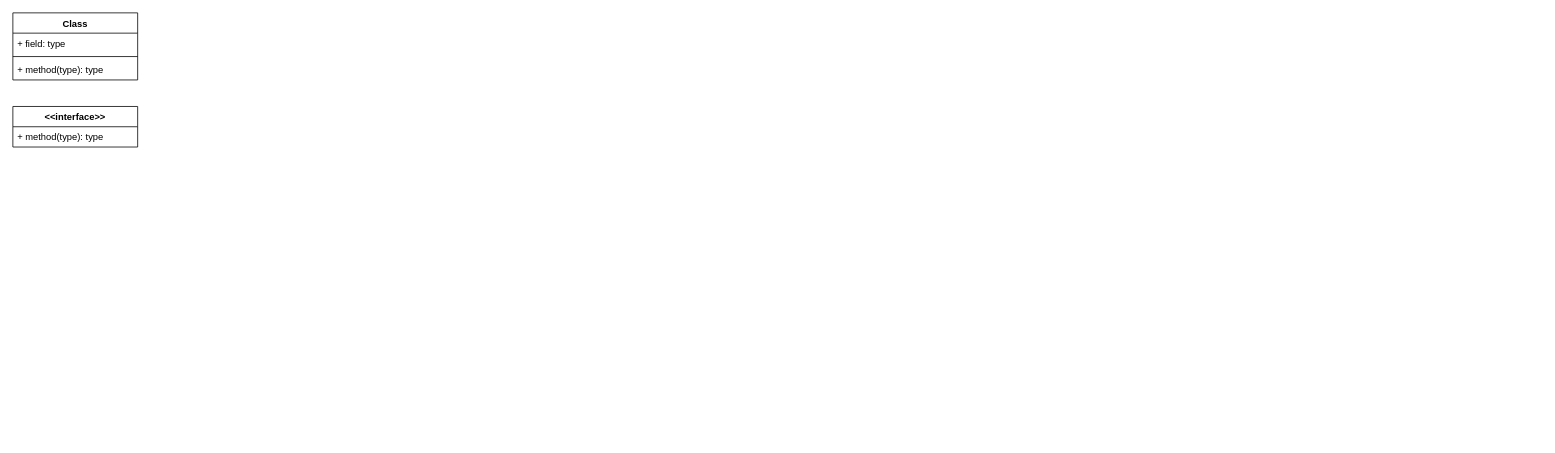
Above: page "New Class Diagram (ECS)" (3 of 3) of Diagrams/Architecture.drawio in Ambashadur/Construct (draw.io), before the change. Source tidied: cells renumbered, new cells numbered last; positions are measured from the earlier drawing's top-left corner, leaving out a move shared by most shapes. Both pictures are drawn from the tidied source at 78%, with x=0, y=0 at pixel (12, 12).
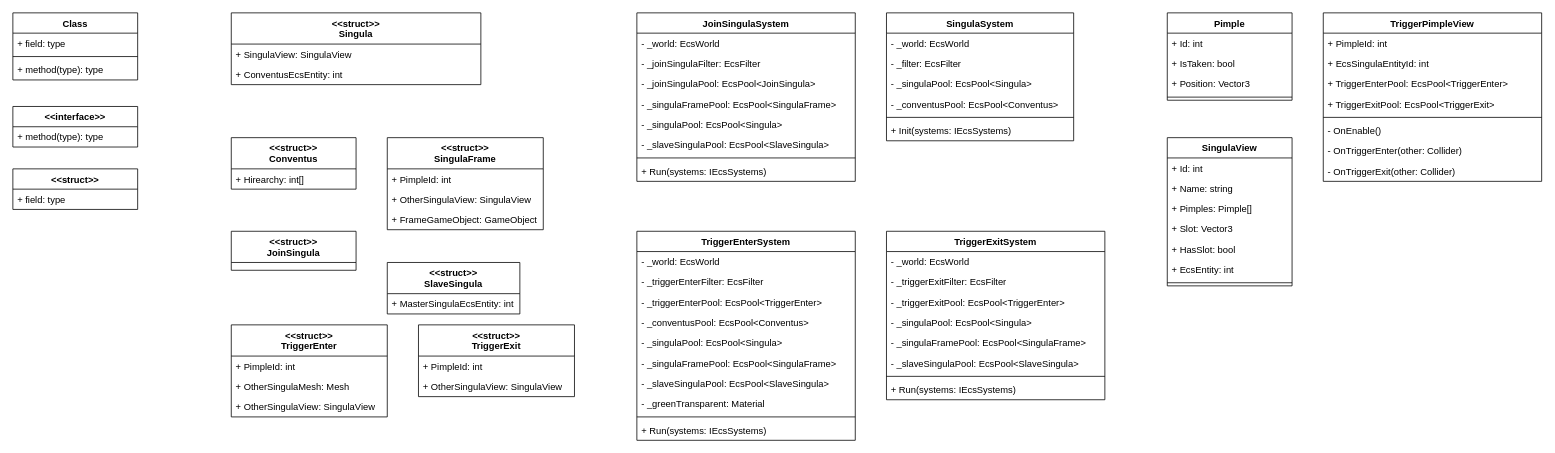
Above is the later version.

The edit, as a diff of the source:
```diff
@@
+    <mxCell id="8" value="&lt;&lt;struct&gt;&gt;" style="swimlane;fontStyle=1;align=center;verticalAlign=top;horizontal=1;startSize=26;" parent="1" vertex="1">
+      <mxGeometry y="200" width="160" height="52" as="geometry" />
+    </mxCell>
+    <mxCell id="9" value="+ field: type" style="text;strokeColor=none;fillColor=none;align=left;verticalAlign=top;spacingLeft=4;spacingRight=4;overflow=hidden;" parent="8" vertex="1">
+      <mxGeometry y="26" width="160" height="26" as="geometry" />
+    </mxCell>
+    <mxCell id="10" value="&lt;&lt;struct&gt;&gt;&#10;Singula" style="swimlane;fontStyle=1;align=center;verticalAlign=top;horizontal=1;startSize=40;" parent="1" vertex="1">
+      <mxGeometry x="280" width="320" height="92" as="geometry" />
+    </mxCell>
+    <mxCell id="11" value="+ SingulaView: SingulaView" style="text;strokeColor=none;fillColor=none;align=left;verticalAlign=top;spacingLeft=4;spacingRight=4;overflow=hidden;" parent="10" vertex="1">
+      <mxGeometry y="40" width="320" height="26" as="geometry" />
+    </mxCell>
+    <mxCell id="12" value="+ ConventusEcsEntity: int" style="text;strokeColor=none;fillColor=none;align=left;verticalAlign=top;spacingLeft=4;spacingRight=4;overflow=hidden;" parent="10" vertex="1">
+      <mxGeometry y="66" width="320" height="26" as="geometry" />
+    </mxCell>
+    <mxCell id="13" value="&lt;&lt;struct&gt;&gt;&#10;Conventus" style="swimlane;fontStyle=1;align=center;verticalAlign=top;horizontal=1;startSize=40;" parent="1" vertex="1">
+      <mxGeometry x="280" y="160" width="160" height="66" as="geometry" />
+    </mxCell>
+    <mxCell id="14" value="+ Hirearchy: int[]" style="text;strokeColor=none;fillColor=none;align=left;verticalAlign=top;spacingLeft=4;spacingRight=4;overflow=hidden;" parent="13" vertex="1">
+      <mxGeometry y="40" width="160" height="26" as="geometry" />
+    </mxCell>
+    <mxCell id="15" value="&lt;&lt;struct&gt;&gt;&#10;JoinSingula" style="swimlane;fontStyle=1;align=center;verticalAlign=top;horizontal=1;startSize=40;" parent="1" vertex="1">
+      <mxGeometry x="280" y="280" width="160" height="50" as="geometry" />
+    </mxCell>
+    <mxCell id="16" value="&lt;&lt;struct&gt;&gt;&#10;SingulaFrame" style="swimlane;fontStyle=1;align=center;verticalAlign=top;horizontal=1;startSize=40;" parent="1" vertex="1">
+      <mxGeometry x="480" y="160" width="200" height="118" as="geometry" />
+    </mxCell>
+    <mxCell id="17" value="+ PimpleId: int" style="text;strokeColor=none;fillColor=none;align=left;verticalAlign=top;spacingLeft=4;spacingRight=4;overflow=hidden;" parent="16" vertex="1">
+      <mxGeometry y="40" width="200" height="26" as="geometry" />
+    </mxCell>
+    <mxCell id="18" value="+ OtherSingulaView: SingulaView" style="text;strokeColor=none;fillColor=none;align=left;verticalAlign=top;spacingLeft=4;spacingRight=4;overflow=hidden;" parent="16" vertex="1">
+      <mxGeometry y="66" width="200" height="26" as="geometry" />
+    </mxCell>
+    <mxCell id="19" value="+ FrameGameObject: GameObject" style="text;strokeColor=none;fillColor=none;align=left;verticalAlign=top;spacingLeft=4;spacingRight=4;overflow=hidden;" parent="16" vertex="1">
+      <mxGeometry y="92" width="200" height="26" as="geometry" />
+    </mxCell>
+    <mxCell id="20" value="&lt;&lt;struct&gt;&gt;&#10;SlaveSingula" style="swimlane;fontStyle=1;align=center;verticalAlign=top;horizontal=1;startSize=40;" parent="1" vertex="1">
+      <mxGeometry x="480" y="320" width="170" height="66" as="geometry" />
+    </mxCell>
+    <mxCell id="21" value="+ MasterSingulaEcsEntity: int" style="text;strokeColor=none;fillColor=none;align=left;verticalAlign=top;spacingLeft=4;spacingRight=4;overflow=hidden;" parent="20" vertex="1">
+      <mxGeometry y="40" width="170" height="26" as="geometry" />
+    </mxCell>
+    <mxCell id="22" value="&lt;&lt;struct&gt;&gt;&#10;TriggerEnter" style="swimlane;fontStyle=1;align=center;verticalAlign=top;horizontal=1;startSize=40;" parent="1" vertex="1">
+      <mxGeometry x="280" y="400" width="200" height="118" as="geometry" />
+    </mxCell>
+    <mxCell id="23" value="+ PimpleId: int" style="text;strokeColor=none;fillColor=none;align=left;verticalAlign=top;spacingLeft=4;spacingRight=4;overflow=hidden;" parent="22" vertex="1">
+      <mxGeometry y="40" width="200" height="26" as="geometry" />
+    </mxCell>
+    <mxCell id="24" value="+ OtherSingulaMesh: Mesh" style="text;strokeColor=none;fillColor=none;align=left;verticalAlign=top;spacingLeft=4;spacingRight=4;overflow=hidden;" parent="22" vertex="1">
+      <mxGeometry y="66" width="200" height="26" as="geometry" />
+    </mxCell>
+    <mxCell id="25" value="+ OtherSingulaView: SingulaView" style="text;strokeColor=none;fillColor=none;align=left;verticalAlign=top;spacingLeft=4;spacingRight=4;overflow=hidden;" parent="22" vertex="1">
+      <mxGeometry y="92" width="200" height="26" as="geometry" />
+    </mxCell>
+    <mxCell id="26" value="&lt;&lt;struct&gt;&gt;&#10;TriggerExit" style="swimlane;fontStyle=1;align=center;verticalAlign=top;horizontal=1;startSize=40;" parent="1" vertex="1">
+      <mxGeometry x="520" y="400" width="200" height="92" as="geometry" />
+    </mxCell>
+    <mxCell id="27" value="+ PimpleId: int" style="text;strokeColor=none;fillColor=none;align=left;verticalAlign=top;spacingLeft=4;spacingRight=4;overflow=hidden;" parent="26" vertex="1">
+      <mxGeometry y="40" width="200" height="26" as="geometry" />
+    </mxCell>
+    <mxCell id="28" value="+ OtherSingulaView: SingulaView" style="text;strokeColor=none;fillColor=none;align=left;verticalAlign=top;spacingLeft=4;spacingRight=4;overflow=hidden;" parent="26" vertex="1">
+      <mxGeometry y="66" width="200" height="26" as="geometry" />
+    </mxCell>
+    <mxCell id="29" value="JoinSingulaSystem" style="swimlane;fontStyle=1;align=center;verticalAlign=top;horizontal=1;startSize=26;" parent="1" vertex="1">
+      <mxGeometry x="800" width="280" height="216" as="geometry" />
+    </mxCell>
+    <mxCell id="30" value="- _world: EcsWorld" style="text;strokeColor=none;fillColor=none;align=left;verticalAlign=top;spacingLeft=4;spacingRight=4;overflow=hidden;" parent="29" vertex="1">
+      <mxGeometry y="26" width="280" height="26" as="geometry" />
+    </mxCell>
+    <mxCell id="31" value="- _joinSingulaFilter: EcsFilter" style="text;strokeColor=none;fillColor=none;align=left;verticalAlign=top;spacingLeft=4;spacingRight=4;overflow=hidden;" parent="29" vertex="1">
+      <mxGeometry y="52" width="280" height="26" as="geometry" />
+    </mxCell>
+    <mxCell id="32" value="- _joinSingulaPool: EcsPool&lt;JoinSingula&gt;" style="text;strokeColor=none;fillColor=none;align=left;verticalAlign=top;spacingLeft=4;spacingRight=4;overflow=hidden;" parent="29" vertex="1">
+      <mxGeometry y="78" width="280" height="26" as="geometry" />
+    </mxCell>
+    <mxCell id="33" value="- _singulaFramePool: EcsPool&lt;SingulaFrame&gt;" style="text;strokeColor=none;fillColor=none;align=left;verticalAlign=top;spacingLeft=4;spacingRight=4;overflow=hidden;" parent="29" vertex="1">
+      <mxGeometry y="104" width="280" height="26" as="geometry" />
+    </mxCell>
+    <mxCell id="34" value="- _singulaPool: EcsPool&lt;Singula&gt;" style="text;strokeColor=none;fillColor=none;align=left;verticalAlign=top;spacingLeft=4;spacingRight=4;overflow=hidden;" parent="29" vertex="1">
+      <mxGeometry y="130" width="280" height="26" as="geometry" />
+    </mxCell>
+    <mxCell id="35" value="- _slaveSingulaPool: EcsPool&lt;SlaveSingula&gt;" style="text;strokeColor=none;fillColor=none;align=left;verticalAlign=top;spacingLeft=4;spacingRight=4;overflow=hidden;" parent="29" vertex="1">
+      <mxGeometry y="156" width="280" height="26" as="geometry" />
+    </mxCell>
+    <mxCell id="36" style="line;strokeWidth=1;fillColor=none;align=left;verticalAlign=middle;spacingTop=-1;spacingLeft=3;spacingRight=3;labelPosition=right;strokeColor=inherit;" parent="29" vertex="1">
+      <mxGeometry y="182" width="280" height="8" as="geometry" />
+    </mxCell>
+    <mxCell id="37" value="+ Run(systems: IEcsSystems)" style="text;strokeColor=none;fillColor=none;align=left;verticalAlign=top;spacingLeft=4;spacingRight=4;overflow=hidden;" parent="29" vertex="1">
+      <mxGeometry y="190" width="280" height="26" as="geometry" />
+    </mxCell>
+    <mxCell id="38" value="TriggerEnterSystem" style="swimlane;fontStyle=1;align=center;verticalAlign=top;horizontal=1;startSize=26;" parent="1" vertex="1">
+      <mxGeometry x="800" y="280" width="280" height="268" as="geometry" />
+    </mxCell>
+    <mxCell id="39" value="- _world: EcsWorld" style="text;strokeColor=none;fillColor=none;align=left;verticalAlign=top;spacingLeft=4;spacingRight=4;overflow=hidden;" parent="38" vertex="1">
+      <mxGeometry y="26" width="280" height="26" as="geometry" />
+    </mxCell>
+    <mxCell id="40" value="- _triggerEnterFilter: EcsFilter" style="text;strokeColor=none;fillColor=none;align=left;verticalAlign=top;spacingLeft=4;spacingRight=4;overflow=hidden;" parent="38" vertex="1">
+      <mxGeometry y="52" width="280" height="26" as="geometry" />
+    </mxCell>
+    <mxCell id="41" value="- _triggerEnterPool: EcsPool&lt;TriggerEnter&gt;" style="text;strokeColor=none;fillColor=none;align=left;verticalAlign=top;spacingLeft=4;spacingRight=4;overflow=hidden;" parent="38" vertex="1">
+      <mxGeometry y="78" width="280" height="26" as="geometry" />
+    </mxCell>
+    <mxCell id="42" value="- _conventusPool: EcsPool&lt;Conventus&gt;" style="text;strokeColor=none;fillColor=none;align=left;verticalAlign=top;spacingLeft=4;spacingRight=4;overflow=hidden;" parent="38" vertex="1">
+      <mxGeometry y="104" width="280" height="26" as="geometry" />
+    </mxCell>
+    <mxCell id="43" value="- _singulaPool: EcsPool&lt;Singula&gt;" style="text;strokeColor=none;fillColor=none;align=left;verticalAlign=top;spacingLeft=4;spacingRight=4;overflow=hidden;" parent="38" vertex="1">
+      <mxGeometry y="130" width="280" height="26" as="geometry" />
+    </mxCell>
+    <mxCell id="44" value="- _singulaFramePool: EcsPool&lt;SingulaFrame&gt;" style="text;strokeColor=none;fillColor=none;align=left;verticalAlign=top;spacingLeft=4;spacingRight=4;overflow=hidden;" parent="38" vertex="1">
+      <mxGeometry y="156" width="280" height="26" as="geometry" />
+    </mxCell>
+    <mxCell id="45" value="- _slaveSingulaPool: EcsPool&lt;SlaveSingula&gt;" style="text;strokeColor=none;fillColor=none;align=left;verticalAlign=top;spacingLeft=4;spacingRight=4;overflow=hidden;" parent="38" vertex="1">
+      <mxGeometry y="182" width="280" height="26" as="geometry" />
+    </mxCell>
+    <mxCell id="46" value="- _greenTransparent: Material" style="text;strokeColor=none;fillColor=none;align=left;verticalAlign=top;spacingLeft=4;spacingRight=4;overflow=hidden;" parent="38" vertex="1">
+      <mxGeometry y="208" width="280" height="26" as="geometry" />
+    </mxCell>
+    <mxCell id="47" style="line;strokeWidth=1;fillColor=none;align=left;verticalAlign=middle;spacingTop=-1;spacingLeft=3;spacingRight=3;labelPosition=right;strokeColor=inherit;" parent="38" vertex="1">
+      <mxGeometry y="234" width="280" height="8" as="geometry" />
+    </mxCell>
+    <mxCell id="48" value="+ Run(systems: IEcsSystems)" style="text;strokeColor=none;fillColor=none;align=left;verticalAlign=top;spacingLeft=4;spacingRight=4;overflow=hidden;" parent="38" vertex="1">
+      <mxGeometry y="242" width="280" height="26" as="geometry" />
+    </mxCell>
+    <mxCell id="49" value="SingulaSystem" style="swimlane;fontStyle=1;align=center;verticalAlign=top;horizontal=1;startSize=26;" parent="1" vertex="1">
+      <mxGeometry x="1120" width="240" height="164" as="geometry" />
+    </mxCell>
+    <mxCell id="50" value="- _world: EcsWorld" style="text;strokeColor=none;fillColor=none;align=left;verticalAlign=top;spacingLeft=4;spacingRight=4;overflow=hidden;" parent="49" vertex="1">
+      <mxGeometry y="26" width="240" height="26" as="geometry" />
+    </mxCell>
+    <mxCell id="51" value="- _filter: EcsFilter" style="text;strokeColor=none;fillColor=none;align=left;verticalAlign=top;spacingLeft=4;spacingRight=4;overflow=hidden;" parent="49" vertex="1">
+      <mxGeometry y="52" width="240" height="26" as="geometry" />
+    </mxCell>
+    <mxCell id="52" value="- _singulaPool: EcsPool&lt;Singula&gt;" style="text;strokeColor=none;fillColor=none;align=left;verticalAlign=top;spacingLeft=4;spacingRight=4;overflow=hidden;" parent="49" vertex="1">
+      <mxGeometry y="78" width="240" height="26" as="geometry" />
+    </mxCell>
+    <mxCell id="53" value="- _conventusPool: EcsPool&lt;Conventus&gt;" style="text;strokeColor=none;fillColor=none;align=left;verticalAlign=top;spacingLeft=4;spacingRight=4;overflow=hidden;" parent="49" vertex="1">
+      <mxGeometry y="104" width="240" height="26" as="geometry" />
+    </mxCell>
+    <mxCell id="54" style="line;strokeWidth=1;fillColor=none;align=left;verticalAlign=middle;spacingTop=-1;spacingLeft=3;spacingRight=3;labelPosition=right;strokeColor=inherit;" parent="49" vertex="1">
+      <mxGeometry y="130" width="240" height="8" as="geometry" />
+    </mxCell>
+    <mxCell id="55" value="+ Init(systems: IEcsSystems)" style="text;strokeColor=none;fillColor=none;align=left;verticalAlign=top;spacingLeft=4;spacingRight=4;overflow=hidden;" parent="49" vertex="1">
+      <mxGeometry y="138" width="240" height="26" as="geometry" />
+    </mxCell>
+    <mxCell id="56" value="TriggerExitSystem" style="swimlane;fontStyle=1;align=center;verticalAlign=top;horizontal=1;startSize=26;" parent="1" vertex="1">
+      <mxGeometry x="1120" y="280" width="280" height="216" as="geometry" />
+    </mxCell>
+    <mxCell id="57" value="- _world: EcsWorld" style="text;strokeColor=none;fillColor=none;align=left;verticalAlign=top;spacingLeft=4;spacingRight=4;overflow=hidden;" parent="56" vertex="1">
+      <mxGeometry y="26" width="280" height="26" as="geometry" />
+    </mxCell>
+    <mxCell id="58" value="- _triggerExitFilter: EcsFilter" style="text;strokeColor=none;fillColor=none;align=left;verticalAlign=top;spacingLeft=4;spacingRight=4;overflow=hidden;" parent="56" vertex="1">
+      <mxGeometry y="52" width="280" height="26" as="geometry" />
+    </mxCell>
+    <mxCell id="59" value="- _triggerExitPool: EcsPool&lt;TriggerEnter&gt;" style="text;strokeColor=none;fillColor=none;align=left;verticalAlign=top;spacingLeft=4;spacingRight=4;overflow=hidden;" parent="56" vertex="1">
+      <mxGeometry y="78" width="280" height="26" as="geometry" />
+    </mxCell>
+    <mxCell id="60" value="- _singulaPool: EcsPool&lt;Singula&gt;" style="text;strokeColor=none;fillColor=none;align=left;verticalAlign=top;spacingLeft=4;spacingRight=4;overflow=hidden;" parent="56" vertex="1">
+      <mxGeometry y="104" width="280" height="26" as="geometry" />
+    </mxCell>
+    <mxCell id="61" value="- _singulaFramePool: EcsPool&lt;SingulaFrame&gt;" style="text;strokeColor=none;fillColor=none;align=left;verticalAlign=top;spacingLeft=4;spacingRight=4;overflow=hidden;" parent="56" vertex="1">
+      <mxGeometry y="130" width="280" height="26" as="geometry" />
+    </mxCell>
+    <mxCell id="62" value="- _slaveSingulaPool: EcsPool&lt;SlaveSingula&gt;" style="text;strokeColor=none;fillColor=none;align=left;verticalAlign=top;spacingLeft=4;spacingRight=4;overflow=hidden;" parent="56" vertex="1">
+      <mxGeometry y="156" width="280" height="26" as="geometry" />
+    </mxCell>
+    <mxCell id="63" style="line;strokeWidth=1;fillColor=none;align=left;verticalAlign=middle;spacingTop=-1;spacingLeft=3;spacingRight=3;labelPosition=right;strokeColor=inherit;" parent="56" vertex="1">
+      <mxGeometry y="182" width="280" height="8" as="geometry" />
+    </mxCell>
+    <mxCell id="64" value="+ Run(systems: IEcsSystems)" style="text;strokeColor=none;fillColor=none;align=left;verticalAlign=top;spacingLeft=4;spacingRight=4;overflow=hidden;" parent="56" vertex="1">
+      <mxGeometry y="190" width="280" height="26" as="geometry" />
+    </mxCell>
+    <mxCell id="65" value="Pimple" style="swimlane;fontStyle=1;align=center;verticalAlign=top;horizontal=1;startSize=26;" parent="1" vertex="1">
+      <mxGeometry x="1480" width="160" height="112" as="geometry" />
+    </mxCell>
+    <mxCell id="66" value="+ Id: int" style="text;strokeColor=none;fillColor=none;align=left;verticalAlign=top;spacingLeft=4;spacingRight=4;overflow=hidden;" parent="65" vertex="1">
+      <mxGeometry y="26" width="160" height="26" as="geometry" />
+    </mxCell>
+    <mxCell id="67" value="+ IsTaken: bool" style="text;strokeColor=none;fillColor=none;align=left;verticalAlign=top;spacingLeft=4;spacingRight=4;overflow=hidden;" parent="65" vertex="1">
+      <mxGeometry y="52" width="160" height="26" as="geometry" />
+    </mxCell>
+    <mxCell id="68" value="+ Position: Vector3" style="text;strokeColor=none;fillColor=none;align=left;verticalAlign=top;spacingLeft=4;spacingRight=4;overflow=hidden;" parent="65" vertex="1">
+      <mxGeometry y="78" width="160" height="26" as="geometry" />
+    </mxCell>
+    <mxCell id="69" style="line;strokeWidth=1;fillColor=none;align=left;verticalAlign=middle;spacingTop=-1;spacingLeft=3;spacingRight=3;labelPosition=right;strokeColor=inherit;" parent="65" vertex="1">
+      <mxGeometry y="104" width="160" height="8" as="geometry" />
+    </mxCell>
+    <mxCell id="70" value="SingulaView" style="swimlane;fontStyle=1;align=center;verticalAlign=top;horizontal=1;startSize=26;" parent="1" vertex="1">
+      <mxGeometry x="1480" y="160" width="160" height="190" as="geometry" />
+    </mxCell>
+    <mxCell id="71" value="+ Id: int" style="text;strokeColor=none;fillColor=none;align=left;verticalAlign=top;spacingLeft=4;spacingRight=4;overflow=hidden;" parent="70" vertex="1">
+      <mxGeometry y="26" width="160" height="26" as="geometry" />
+    </mxCell>
+    <mxCell id="72" value="+ Name: string" style="text;strokeColor=none;fillColor=none;align=left;verticalAlign=top;spacingLeft=4;spacingRight=4;overflow=hidden;" parent="70" vertex="1">
+      <mxGeometry y="52" width="160" height="26" as="geometry" />
+    </mxCell>
+    <mxCell id="73" value="+ Pimples: Pimple[]" style="text;strokeColor=none;fillColor=none;align=left;verticalAlign=top;spacingLeft=4;spacingRight=4;overflow=hidden;" parent="70" vertex="1">
+      <mxGeometry y="78" width="160" height="26" as="geometry" />
+    </mxCell>
+    <mxCell id="74" value="+ Slot: Vector3" style="text;strokeColor=none;fillColor=none;align=left;verticalAlign=top;spacingLeft=4;spacingRight=4;overflow=hidden;" parent="70" vertex="1">
+      <mxGeometry y="104" width="160" height="26" as="geometry" />
+    </mxCell>
+    <mxCell id="75" value="+ HasSlot: bool" style="text;strokeColor=none;fillColor=none;align=left;verticalAlign=top;spacingLeft=4;spacingRight=4;overflow=hidden;" parent="70" vertex="1">
+      <mxGeometry y="130" width="160" height="26" as="geometry" />
+    </mxCell>
+    <mxCell id="76" value="+ EcsEntity: int" style="text;strokeColor=none;fillColor=none;align=left;verticalAlign=top;spacingLeft=4;spacingRight=4;overflow=hidden;" parent="70" vertex="1">
+      <mxGeometry y="156" width="160" height="26" as="geometry" />
+    </mxCell>
+    <mxCell id="77" style="line;strokeWidth=1;fillColor=none;align=left;verticalAlign=middle;spacingTop=-1;spacingLeft=3;spacingRight=3;labelPosition=right;strokeColor=inherit;" parent="70" vertex="1">
+      <mxGeometry y="182" width="160" height="8" as="geometry" />
+    </mxCell>
+    <mxCell id="78" value="TriggerPimpleView" style="swimlane;fontStyle=1;align=center;verticalAlign=top;horizontal=1;startSize=26;" parent="1" vertex="1">
+      <mxGeometry x="1680" width="280" height="216" as="geometry" />
+    </mxCell>
+    <mxCell id="79" value="+ PimpleId: int" style="text;strokeColor=none;fillColor=none;align=left;verticalAlign=top;spacingLeft=4;spacingRight=4;overflow=hidden;" parent="78" vertex="1">
+      <mxGeometry y="26" width="280" height="26" as="geometry" />
+    </mxCell>
+    <mxCell id="80" value="+ EcsSingulaEntityId: int" style="text;strokeColor=none;fillColor=none;align=left;verticalAlign=top;spacingLeft=4;spacingRight=4;overflow=hidden;" parent="78" vertex="1">
+      <mxGeometry y="52" width="280" height="26" as="geometry" />
+    </mxCell>
+    <mxCell id="81" value="+ TriggerEnterPool: EcsPool&lt;TriggerEnter&gt;" style="text;strokeColor=none;fillColor=none;align=left;verticalAlign=top;spacingLeft=4;spacingRight=4;overflow=hidden;" parent="78" vertex="1">
+      <mxGeometry y="78" width="280" height="26" as="geometry" />
+    </mxCell>
+    <mxCell id="82" value="+ TriggerExitPool: EcsPool&lt;TriggerExit&gt;" style="text;strokeColor=none;fillColor=none;align=left;verticalAlign=top;spacingLeft=4;spacingRight=4;overflow=hidden;" parent="78" vertex="1">
+      <mxGeometry y="104" width="280" height="26" as="geometry" />
+    </mxCell>
+    <mxCell id="83" style="line;strokeWidth=1;fillColor=none;align=left;verticalAlign=middle;spacingTop=-1;spacingLeft=3;spacingRight=3;labelPosition=right;strokeColor=inherit;" parent="78" vertex="1">
+      <mxGeometry y="130" width="280" height="8" as="geometry" />
+    </mxCell>
+    <mxCell id="84" value="- OnEnable()" style="text;strokeColor=none;fillColor=none;align=left;verticalAlign=top;spacingLeft=4;spacingRight=4;overflow=hidden;" parent="78" vertex="1">
+      <mxGeometry y="138" width="280" height="26" as="geometry" />
+    </mxCell>
+    <mxCell id="85" value="- OnTriggerEnter(other: Collider)" style="text;strokeColor=none;fillColor=none;align=left;verticalAlign=top;spacingLeft=4;spacingRight=4;overflow=hidden;" parent="78" vertex="1">
+      <mxGeometry y="164" width="280" height="26" as="geometry" />
+    </mxCell>
+    <mxCell id="86" value="- OnTriggerExit(other: Collider)" style="text;strokeColor=none;fillColor=none;align=left;verticalAlign=top;spacingLeft=4;spacingRight=4;overflow=hidden;" parent="78" vertex="1">
+      <mxGeometry y="190" width="280" height="26" as="geometry" />
+    </mxCell>
```
